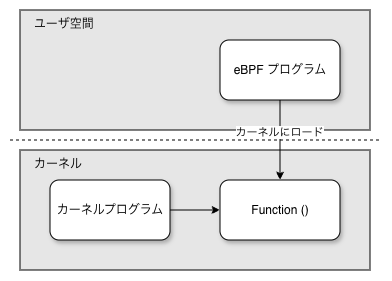
Before: images/article-0008/trigger-function.png, a diagram exported from draw.io (TomoyukiSugiyama/blog). Source tidied: cells renumbered, new cells last; positions are measured from the earlier drawing's top-left corner, leaving out a move shared by most shapes.
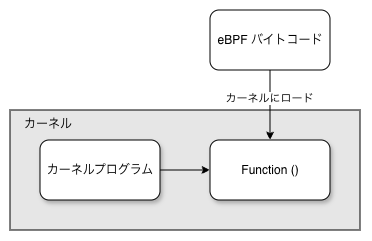
The same diagram one commit later.

Commit message:
Update eBPF article to clarify the eBPF program loading process, enhance explanations of bytecode verification, and introduce a new diagram illustrating the loading of eBPF bytecode.

Change to the diagram source:
```diff
@@ -2,26 +2,17 @@
   <root>
     <mxCell id="0" />
     <mxCell id="1" parent="0" />
-    <mxCell id="2" value="　ユーザ空間" style="rounded=0;whiteSpace=wrap;html=1;align=left;verticalAlign=top;textShadow=0;fillStyle=auto;gradientColor=none;fillColor=#E6E6E6;" parent="1" vertex="1">
-      <mxGeometry x="10" width="350" height="120" as="geometry" />
-    </mxCell>
     <mxCell id="3" value="　カーネル" style="rounded=0;whiteSpace=wrap;html=1;align=left;verticalAlign=top;fillColor=#E6E6E6;" parent="1" vertex="1">
       <mxGeometry x="10" y="140" width="350" height="120" as="geometry" />
     </mxCell>
-    <mxCell id="4" style="endArrow=none;dashed=1;html=1;rounded=0;" parent="1" edge="1">
-      <mxGeometry relative="1" as="geometry">
-        <mxPoint y="130" as="sourcePoint" />
-        <mxPoint x="370" y="130" as="targetPoint" />
-      </mxGeometry>
-    </mxCell>
     <mxCell id="5" style="edgeStyle=orthogonalEdgeStyle;rounded=0;jettySize=auto;html=1;" parent="1" edge="1" source="7" target="8">
       <mxGeometry relative="1" as="geometry" />
     </mxCell>
     <mxCell id="6" value="カーネルにロード" style="edgeLabel;html=1;align=center;verticalAlign=middle;" parent="5" vertex="1">
       <mxGeometry x="-0.2" y="-1" relative="1" as="geometry" />
     </mxCell>
-    <mxCell id="7" value="eBPF プログラム" style="rounded=1;whiteSpace=wrap;html=1;shadow=1;" parent="1" vertex="1">
-      <mxGeometry x="210" y="30" width="120" height="60" as="geometry" />
+    <mxCell id="7" value="eBPF バイトコード" style="rounded=1;whiteSpace=wrap;html=1;shadow=0;" parent="1" vertex="1">
+      <mxGeometry x="210" y="40" width="120" height="60" as="geometry" />
     </mxCell>
     <mxCell id="8" value="Function ()" style="rounded=1;whiteSpace=wrap;html=1;shadow=1;" parent="1" vertex="1">
       <mxGeometry x="210" y="170" width="120" height="60" as="geometry" />
```
